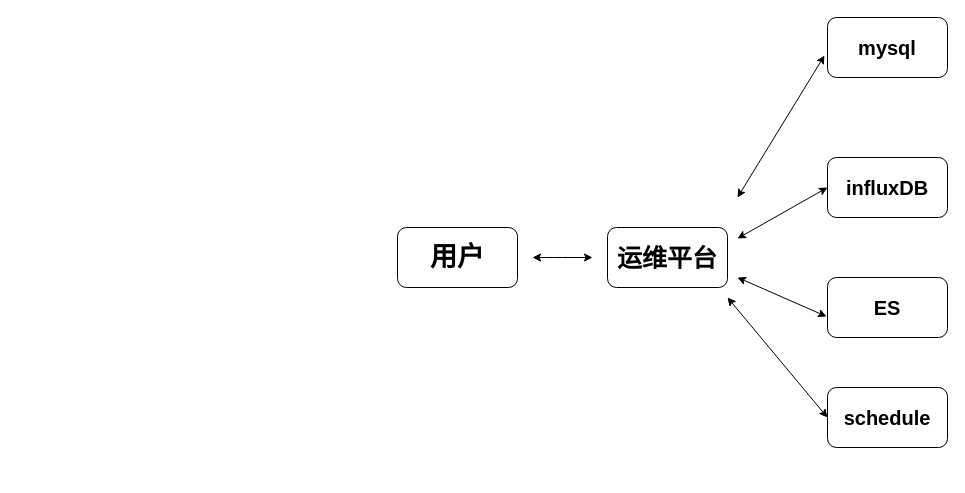
This is page "Page-1" (1 of 3) of Untitled Diagram.drawio from wuwentao1998/cpp-projects, a draw.io file, before an edit. Source tidied: cells renumbered, new cells numbered last; positions are measured from the earlier drawing's top-left corner, leaving out a move shared by most shapes. Both pictures are drawn from the tidied source at 100%, with x=0, y=0 at pixel (397, 17).
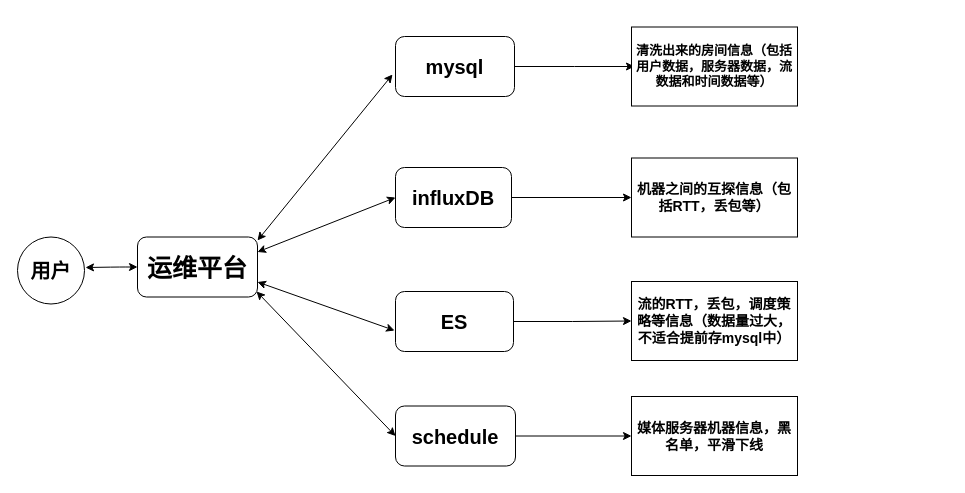
After the change.

What changed in the source:
```diff
@@
-    <mxCell id="2" value="&lt;b&gt;&lt;font style=&quot;font-size: 27px&quot;&gt;用户&lt;/font&gt;&lt;/b&gt;" style="rounded=1;whiteSpace=wrap;html=1;" parent="1" vertex="1">
-      <mxGeometry y="210" width="120" height="60" as="geometry" />
-    </mxCell>
     <mxCell id="3" value="&lt;b&gt;&lt;font style=&quot;font-size: 25px&quot;&gt;运维平台&lt;/font&gt;&lt;/b&gt;" style="rounded=1;whiteSpace=wrap;html=1;" parent="1" vertex="1">
-      <mxGeometry x="210" y="210" width="120" height="60" as="geometry" />
+      <mxGeometry x="-260" y="219.5" width="120" height="60" as="geometry" />
     </mxCell>
+    <mxCell id="13" style="edgeStyle=orthogonalEdgeStyle;rounded=0;jettySize=auto;html=1;" parent="1" edge="1" source="4">
+      <mxGeometry relative="1" as="geometry">
+        <mxPoint x="237" y="49" as="targetPoint" />
+      </mxGeometry>
+    </mxCell>
     <mxCell id="4" value="&lt;font style=&quot;font-size: 20px&quot;&gt;&lt;b&gt;mysql&lt;/b&gt;&lt;/font&gt;" style="rounded=1;whiteSpace=wrap;html=1;" parent="1" vertex="1">
-      <mxGeometry x="430" width="120" height="60" as="geometry" />
+      <mxGeometry x="-2" y="19" width="119" height="60" as="geometry" />
     </mxCell>
+    <mxCell id="14" style="edgeStyle=orthogonalEdgeStyle;rounded=0;jettySize=auto;html=1;entryX=0;entryY=0.5;entryDx=0;entryDy=0;" parent="1" edge="1" source="5" target="19">
+      <mxGeometry relative="1" as="geometry" />
+    </mxCell>
     <mxCell id="5" value="&lt;b&gt;&lt;font style=&quot;font-size: 20px&quot;&gt;ES&lt;/font&gt;&lt;/b&gt;" style="rounded=1;whiteSpace=wrap;html=1;" parent="1" vertex="1">
-      <mxGeometry x="430" y="260" width="120" height="60" as="geometry" />
+      <mxGeometry x="-2" y="274" width="118" height="60" as="geometry" />
     </mxCell>
+    <mxCell id="15" style="edgeStyle=orthogonalEdgeStyle;rounded=0;jettySize=auto;html=1;exitX=1;exitY=0.5;exitDx=0;exitDy=0;entryX=0;entryY=0.5;entryDx=0;entryDy=0;" parent="1" edge="1" source="6" target="18">
+      <mxGeometry relative="1" as="geometry" />
+    </mxCell>
     <mxCell id="6" value="&lt;b&gt;&lt;font style=&quot;font-size: 20px&quot;&gt;influxDB&lt;/font&gt;&lt;/b&gt;" style="rounded=1;whiteSpace=wrap;html=1;" parent="1" vertex="1">
-      <mxGeometry x="430" y="140" width="120" height="60" as="geometry" />
+      <mxGeometry x="-2" y="150" width="116" height="60" as="geometry" />
     </mxCell>
+    <mxCell id="16" style="edgeStyle=orthogonalEdgeStyle;rounded=0;jettySize=auto;html=1;exitX=1;exitY=0.5;exitDx=0;exitDy=0;entryX=0;entryY=0.5;entryDx=0;entryDy=0;" parent="1" edge="1" source="7" target="20">
+      <mxGeometry relative="1" as="geometry" />
+    </mxCell>
     <mxCell id="7" value="&lt;b&gt;&lt;font style=&quot;font-size: 20px&quot;&gt;schedule&lt;/font&gt;&lt;/b&gt;" style="rounded=1;whiteSpace=wrap;html=1;" parent="1" vertex="1">
-      <mxGeometry x="430" y="370" width="120" height="60" as="geometry" />
+      <mxGeometry x="-2" y="388.5" width="120" height="60" as="geometry" />
     </mxCell>
-    <mxCell id="8" style="endArrow=classic;startArrow=classic;html=1;" parent="1" edge="1">
+    <mxCell id="8" style="endArrow=classic;startArrow=classic;html=1;exitX=1;exitY=0.5;exitDx=0;exitDy=0;entryX=0;entryY=0.5;entryDx=0;entryDy=0;" parent="1" edge="1" target="3">
       <mxGeometry relative="1" as="geometry">
-        <mxPoint x="135" y="240" as="sourcePoint" />
-        <mxPoint x="195" y="240" as="targetPoint" />
+        <mxPoint x="-312" y="250" as="sourcePoint" />
         <Array as="points">
-          <mxPoint x="155" y="240" />
+          <mxPoint x="-277" y="249.5" />
         </Array>
       </mxGeometry>
     </mxCell>
-    <mxCell id="9" style="endArrow=classic;startArrow=classic;html=1;entryX=-0.025;entryY=0.633;entryDx=0;entryDy=0;entryPerimeter=0;" parent="1" edge="1" target="4">
-      <mxGeometry relative="1" as="geometry">
-        <mxPoint x="340" y="180" as="sourcePoint" />
-      </mxGeometry>
+    <mxCell id="9" style="endArrow=classic;startArrow=classic;html=1;entryX=-0.025;entryY=0.633;entryDx=0;entryDy=0;entryPerimeter=0;exitX=1;exitY=0.058;exitDx=0;exitDy=0;exitPerimeter=0;" parent="1" edge="1" source="3" target="4">
+      <mxGeometry relative="1" as="geometry" />
     </mxCell>
-    <mxCell id="10" style="endArrow=classic;startArrow=classic;html=1;entryX=0;entryY=0.5;entryDx=0;entryDy=0;" parent="1" edge="1" target="6">
-      <mxGeometry relative="1" as="geometry">
-        <mxPoint x="340" y="221" as="sourcePoint" />
-      </mxGeometry>
+    <mxCell id="10" style="endArrow=classic;startArrow=classic;html=1;entryX=0;entryY=0.5;entryDx=0;entryDy=0;exitX=1;exitY=0.25;exitDx=0;exitDy=0;" parent="1" edge="1" source="3" target="6">
+      <mxGeometry relative="1" as="geometry" />
     </mxCell>
-    <mxCell id="11" style="endArrow=classic;startArrow=classic;html=1;entryX=-0.008;entryY=0.65;entryDx=0;entryDy=0;entryPerimeter=0;" parent="1" edge="1" target="5">
-      <mxGeometry relative="1" as="geometry">
-        <mxPoint x="340" y="260" as="sourcePoint" />
-      </mxGeometry>
+    <mxCell id="11" style="endArrow=classic;startArrow=classic;html=1;entryX=-0.008;entryY=0.65;entryDx=0;entryDy=0;entryPerimeter=0;exitX=1;exitY=0.75;exitDx=0;exitDy=0;" parent="1" edge="1" source="3" target="5">
+      <mxGeometry relative="1" as="geometry" />
     </mxCell>
-    <mxCell id="12" style="endArrow=classic;startArrow=classic;html=1;entryX=0;entryY=0.5;entryDx=0;entryDy=0;" parent="1" edge="1" target="7">
-      <mxGeometry relative="1" as="geometry">
-        <mxPoint x="330" y="280" as="sourcePoint" />
-      </mxGeometry>
+    <mxCell id="12" style="endArrow=classic;startArrow=classic;html=1;entryX=0;entryY=0.5;entryDx=0;entryDy=0;exitX=0.992;exitY=0.908;exitDx=0;exitDy=0;exitPerimeter=0;" parent="1" edge="1" source="3" target="7">
+      <mxGeometry relative="1" as="geometry" />
     </mxCell>
+    <mxCell id="17" value="&lt;b&gt;&lt;font style=&quot;font-size: 13px&quot;&gt;清洗出来的房间信息（包括用户数据，服务器数据，流数据和时间数据等）&lt;/font&gt;&lt;/b&gt;" style="rounded=0;whiteSpace=wrap;html=1;" parent="1" vertex="1">
+      <mxGeometry x="234" y="9.5" width="166" height="79" as="geometry" />
+    </mxCell>
+    <mxCell id="18" value="&lt;b&gt;&lt;font style=&quot;font-size: 14px&quot;&gt;机器之间的互探信息（包括RTT，丢包等）&lt;/font&gt;&lt;/b&gt;" style="rounded=0;whiteSpace=wrap;html=1;" parent="1" vertex="1">
+      <mxGeometry x="234" y="140.5" width="166" height="79" as="geometry" />
+    </mxCell>
+    <mxCell id="19" value="&lt;span style=&quot;font-size: 14px&quot;&gt;&lt;b&gt;流的RTT，丢包，调度策略等信息（数据量过大，不适合提前存mysql中）&lt;/b&gt;&lt;/span&gt;" style="rounded=0;whiteSpace=wrap;html=1;" parent="1" vertex="1">
+      <mxGeometry x="234" y="264" width="166" height="79" as="geometry" />
+    </mxCell>
+    <mxCell id="2" value="&lt;b&gt;&lt;font style=&quot;font-size: 20px&quot;&gt;用户&lt;/font&gt;&lt;/b&gt;" style="ellipse;whiteSpace=wrap;html=1;" parent="1" vertex="1">
+      <mxGeometry x="-380" y="219.5" width="67" height="67" as="geometry" />
+    </mxCell>
+    <mxCell id="20" value="&lt;span style=&quot;font-size: 14px&quot;&gt;&lt;b&gt;媒体服务器机器信息，黑名单，平滑下线&lt;/b&gt;&lt;/span&gt;" style="rounded=0;whiteSpace=wrap;html=1;" parent="1" vertex="1">
+      <mxGeometry x="234" y="379" width="166" height="79" as="geometry" />
+    </mxCell>
```
